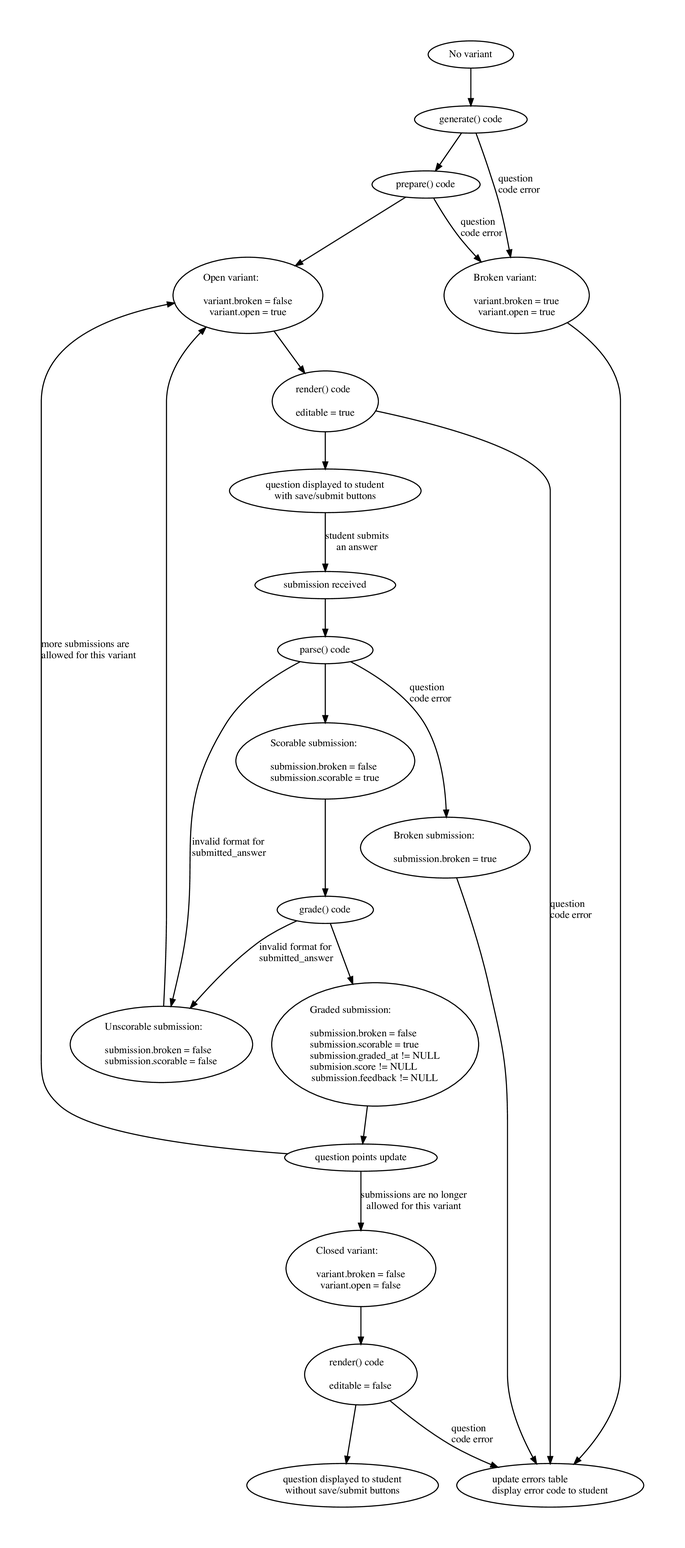
Above: doc/question-flow.png in PrairieLearn/PrairieLearn (Graphviz), before the change. Its source is kept beside it as doc/question-flow.gv. The source it was exported from:
```dot
digraph question_flow {

    direction=TB;

    node [fontsize = 10, height = 0.3, width = 0.5];
    edge [fontsize = 10, arrowsize = 0.7];

    no_variant [label="No variant"];
    generating [label="generate() code"];
    preparing [label="prepare() code"];
    broken_variant [label="Broken variant:\l\lvariant.broken = true\lvariant.open = true"];
    display_broken [label="update errors table\ldisplay error code to student"];
    open_variant [label="Open variant:\l\lvariant.broken = false\lvariant.open = true"];
    closed_variant [label="Closed variant:\l\lvariant.broken = false\lvariant.open = false"];
    rendering_editable [label="render() code\l\leditable = true"];
    rendering_uneditable [label="render() code\l\leditable = false"];
    display_editable [label="question displayed to student\lwith save/submit buttons"];
    display_uneditable [label="question displayed to student\lwithout save/submit buttons"];
    submission_received [label="submission received"];
    parsing [label="parse() code"];
    broken_submission [label="Broken submission:\l\lsubmission.broken = true"];
    unscorable_submission [label="Unscorable submission:\l\lsubmission.broken = false\lsubmission.scorable = false"];
    scorable_submission [label="Scorable submission:\l\lsubmission.broken = false\lsubmission.scorable = true"];
    grading [label="grade() code"];
    graded_submission [label="Graded submission:\l\lsubmission.broken = false\lsubmission.scorable = true\lsubmission.graded_at != NULL\lsubmision.score != NULL\lsubmission.feedback != NULL"];
    question_update [label="question points update"];

    no_variant -> generating;
    generating -> broken_variant [label="question\lcode error"];
    generating -> preparing;
    preparing -> broken_variant [label="question\lcode error"];
    broken_variant -> display_broken;
    preparing -> open_variant;
    open_variant -> rendering_editable;
    rendering_editable -> display_editable;
    rendering_editable -> display_broken [label="question\lcode error"];
    display_editable -> submission_received [label="student submits\lan answer"];
    submission_received -> parsing;
    parsing -> broken_submission [label="question\lcode error"];
    broken_submission -> display_broken;
    parsing -> unscorable_submission [label="invalid format for\lsubmitted_answer"];
    unscorable_submission -> open_variant;
    parsing -> scorable_submission;
    scorable_submission -> grading;
    grading -> unscorable_submission [label="invalid format for\lsubmitted_answer"];
    grading -> graded_submission;
    graded_submission -> question_update;
    question_update -> open_variant [label="more submissions are\lallowed for this variant"];
    question_update -> closed_variant [label="submissions are no longer\lallowed for this variant"];
    closed_variant -> rendering_uneditable;
    rendering_uneditable -> display_broken [label="question\lcode error"];
    rendering_uneditable -> display_uneditable;
}
```
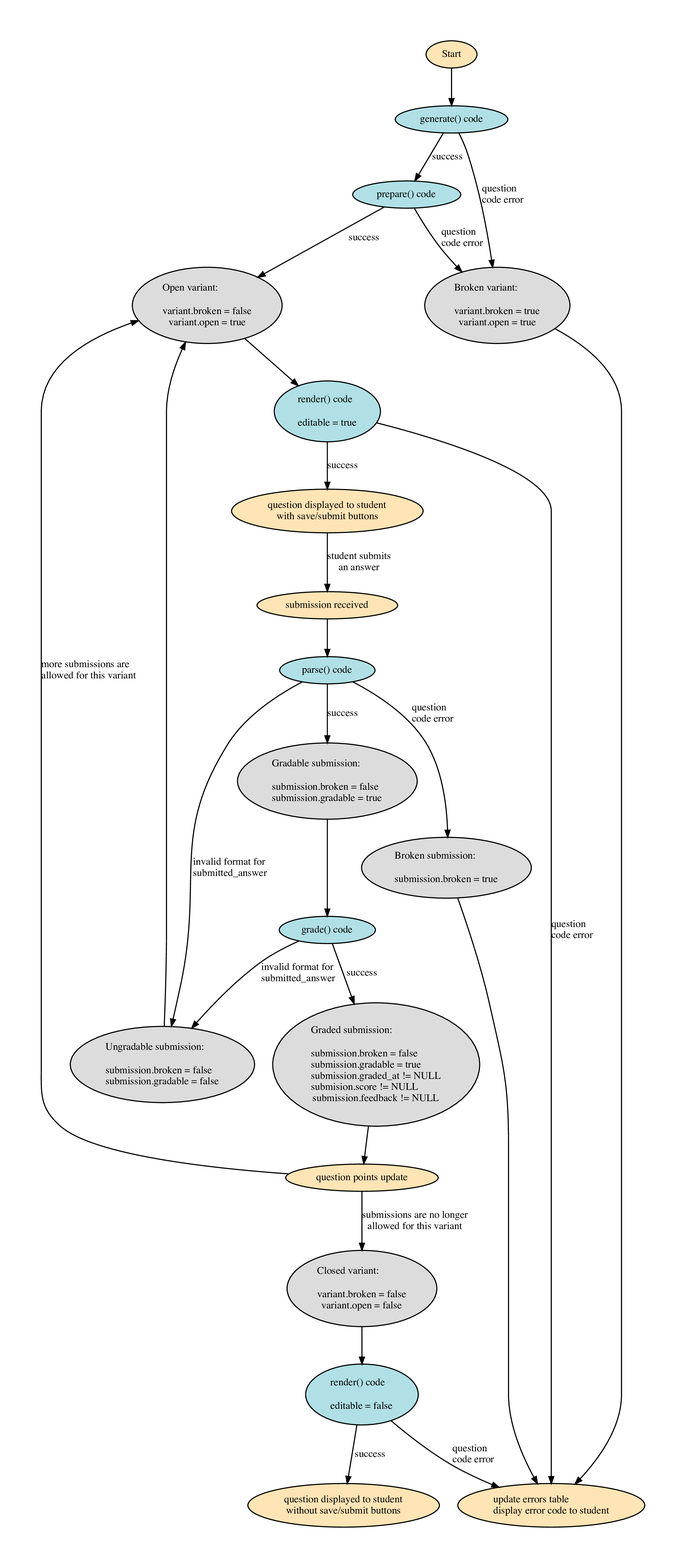
Above is the later version.

What changed in the source:
```diff
@@ -5,49 +5,57 @@
     node [fontsize = 10, height = 0.3, width = 0.5];
     edge [fontsize = 10, arrowsize = 0.7];
 
-    no_variant [label="No variant"];
-    generating [label="generate() code"];
-    preparing [label="prepare() code"];
-    broken_variant [label="Broken variant:\l\lvariant.broken = true\lvariant.open = true"];
+    node [style=filled, fillcolor=moccasin];
+
+    start [label="Start"];
     display_broken [label="update errors table\ldisplay error code to student"];
-    open_variant [label="Open variant:\l\lvariant.broken = false\lvariant.open = true"];
-    closed_variant [label="Closed variant:\l\lvariant.broken = false\lvariant.open = false"];
-    rendering_editable [label="render() code\l\leditable = true"];
-    rendering_uneditable [label="render() code\l\leditable = false"];
     display_editable [label="question displayed to student\lwith save/submit buttons"];
     display_uneditable [label="question displayed to student\lwithout save/submit buttons"];
     submission_received [label="submission received"];
-    parsing [label="parse() code"];
-    broken_submission [label="Broken submission:\l\lsubmission.broken = true"];
-    unscorable_submission [label="Unscorable submission:\l\lsubmission.broken = false\lsubmission.scorable = false"];
-    scorable_submission [label="Scorable submission:\l\lsubmission.broken = false\lsubmission.scorable = true"];
-    grading [label="grade() code"];
-    graded_submission [label="Graded submission:\l\lsubmission.broken = false\lsubmission.scorable = true\lsubmission.graded_at != NULL\lsubmision.score != NULL\lsubmission.feedback != NULL"];
     question_update [label="question points update"];
 
-    no_variant -> generating;
+    node [style=filled, fillcolor=powderblue];
+
+    generating [label="generate() code"];
+    preparing [label="prepare() code"];
+    rendering_editable [label="render() code\l\leditable = true"];
+    rendering_uneditable [label="render() code\l\leditable = false"];
+    parsing [label="parse() code"];
+    grading [label="grade() code"];
+
+    node [style=filled, fillcolor=gainsboro];
+
+    broken_variant [label="Broken variant:\l\lvariant.broken = true\lvariant.open = true"];
+    open_variant [label="Open variant:\l\lvariant.broken = false\lvariant.open = true"];
+    closed_variant [label="Closed variant:\l\lvariant.broken = false\lvariant.open = false"];
+    broken_submission [label="Broken submission:\l\lsubmission.broken = true"];
+    ungradable_submission [label="Ungradable submission:\l\lsubmission.broken = false\lsubmission.gradable = false"];
+    gradable_submission [label="Gradable submission:\l\lsubmission.broken = false\lsubmission.gradable = true"];
+    graded_submission [label="Graded submission:\l\lsubmission.broken = false\lsubmission.gradable = true\lsubmission.graded_at != NULL\lsubmision.score != NULL\lsubmission.feedback != NULL"];
+
+    start -> generating;
     generating -> broken_variant [label="question\lcode error"];
-    generating -> preparing;
+    generating -> preparing [label="success"];
     preparing -> broken_variant [label="question\lcode error"];
+    preparing -> open_variant [label="success"];
     broken_variant -> display_broken;
-    preparing -> open_variant;
     open_variant -> rendering_editable;
-    rendering_editable -> display_editable;
     rendering_editable -> display_broken [label="question\lcode error"];
+    rendering_editable -> display_editable [label="success"];
     display_editable -> submission_received [label="student submits\lan answer"];
     submission_received -> parsing;
     parsing -> broken_submission [label="question\lcode error"];
     broken_submission -> display_broken;
-    parsing -> unscorable_submission [label="invalid format for\lsubmitted_answer"];
-    unscorable_submission -> open_variant;
-    parsing -> scorable_submission;
-    scorable_submission -> grading;
-    grading -> unscorable_submission [label="invalid format for\lsubmitted_answer"];
-    grading -> graded_submission;
+    parsing -> ungradable_submission [label="invalid format for\lsubmitted_answer"];
+    parsing -> gradable_submission [label="success"];
+    ungradable_submission -> open_variant;
+    gradable_submission -> grading;
+    grading -> ungradable_submission [label="invalid format for\lsubmitted_answer"];
+    grading -> graded_submission [label="success"];
     graded_submission -> question_update;
     question_update -> open_variant [label="more submissions are\lallowed for this variant"];
     question_update -> closed_variant [label="submissions are no longer\lallowed for this variant"];
     closed_variant -> rendering_uneditable;
     rendering_uneditable -> display_broken [label="question\lcode error"];
-    rendering_uneditable -> display_uneditable;
+    rendering_uneditable -> display_uneditable [label="success"];
 }
```
